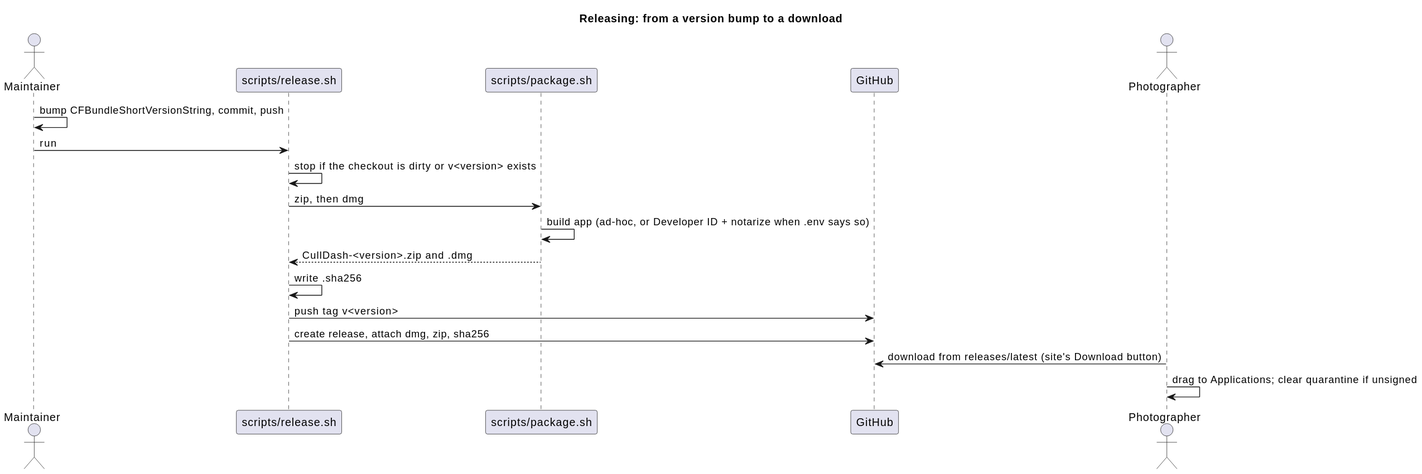
Above: docs/diagrams/release.svg in elcozy/culldash (PlantUML), before the change.
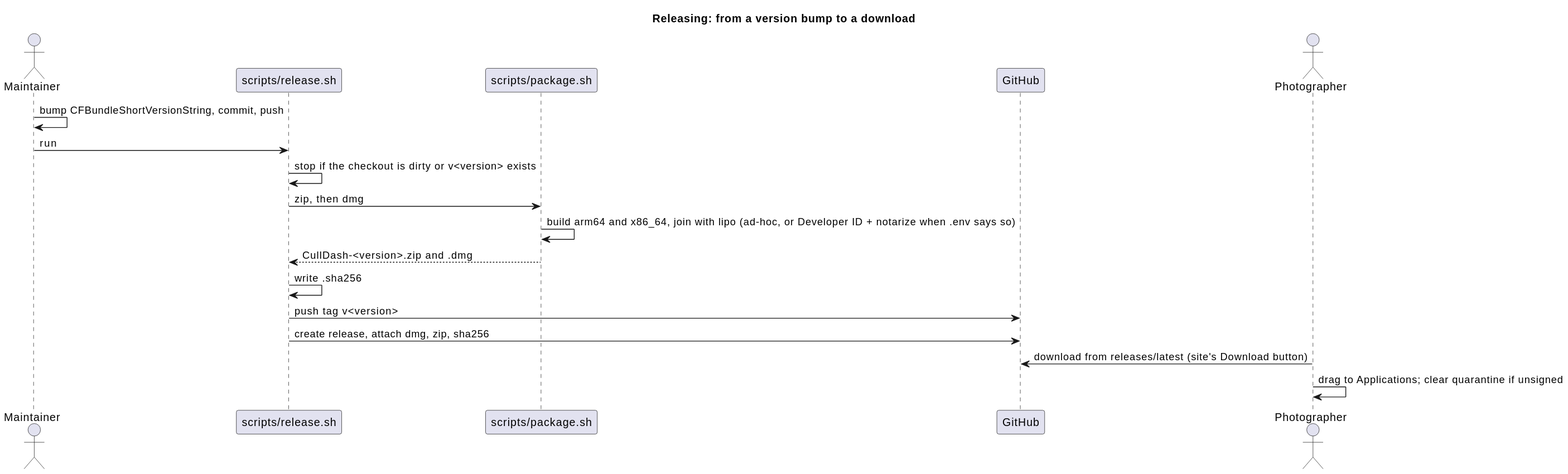
Above is the later version.

Commit message:
Build one universal app for releases, so Intel Macs get CullDash too

Diff of the diagram source:
```diff
@@ -10,7 +10,7 @@
 M -> R: run
 R -> R: stop if the checkout is dirty or v<version> exists
 R -> P: zip, then dmg
-P -> P: build app (ad-hoc, or Developer ID + notarize when .env says so)
+P -> P: build arm64 and x86_64, join with lipo (ad-hoc, or Developer ID + notarize when .env says so)
 R <-- P: CullDash-<version>.zip and .dmg
 R -> R: write .sha256
 R -> G: push tag v<version>
```
